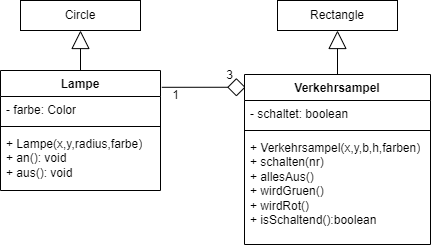
Hi2272/Hi2272.github.io keeps this draw.io diagram as 00Informatik/OIDE_Ampel01/KlassendiagrammVerkehrsampel.png. Above is the earlier version. Source tidied: cells renumbered, new cells last; positions are measured from the earlier drawing's top-left corner, leaving out a move shared by most shapes.
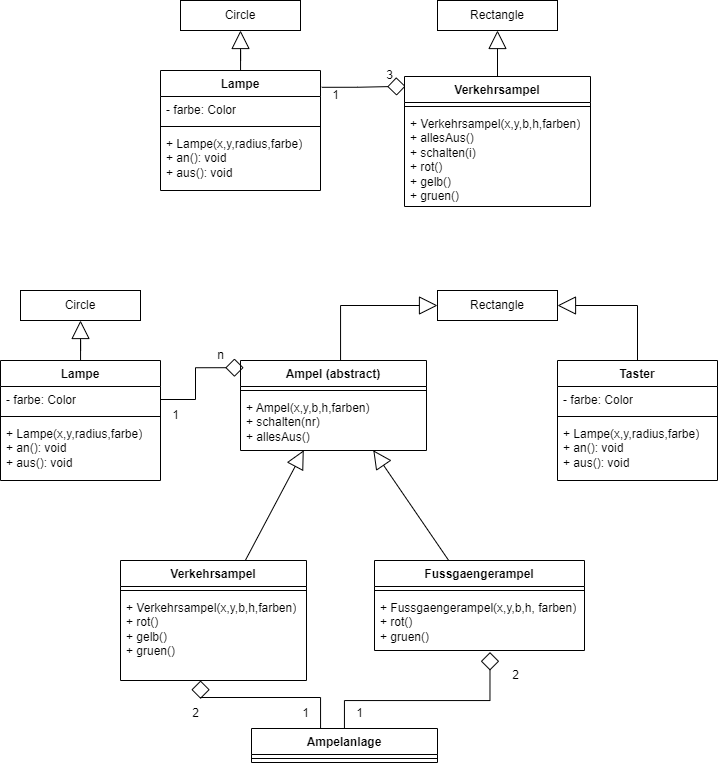
The same diagram one commit later.

Diff of the diagram source:
```diff
@@ -5,39 +5,36 @@
     <mxCell id="2" value="Circle" style="rounded=0;whiteSpace=wrap;html=1;" parent="1" vertex="1">
       <mxGeometry x="20" width="120" height="30" as="geometry" />
     </mxCell>
-    <mxCell id="3" style="rounded=0;jettySize=auto;html=1;endArrow=diamond;endFill=0;endSize=16;entryX=0.006;entryY=0.075;entryDx=0;entryDy=0;entryPerimeter=0;edgeStyle=orthogonalEdgeStyle;exitX=1.008;exitY=0.14;exitDx=0;exitDy=0;exitPerimeter=0;" parent="1" edge="1" source="4" target="10">
-      <mxGeometry relative="1" as="geometry" />
-    </mxCell>
+    <mxCell id="17" style="rounded=0;jettySize=auto;html=1;endArrow=diamond;endFill=0;endSize=16;entryX=0.006;entryY=0.075;entryDx=0;entryDy=0;entryPerimeter=0;edgeStyle=orthogonalEdgeStyle;exitX=1.008;exitY=0.14;exitDx=0;exitDy=0;exitPerimeter=0;" parent="1" edge="1" source="4" target="22">
+      <mxGeometry relative="1" as="geometry" />
+    </mxCell>
     <mxCell id="4" value="Lampe" style="swimlane;fontStyle=1;align=center;verticalAlign=top;horizontal=1;startSize=26;whiteSpace=wrap;html=1;" parent="1" vertex="1">
       <mxGeometry y="70" width="160" height="120" as="geometry" />
     </mxCell>
-    <mxCell id="5" value="- farbe: Color" style="text;strokeColor=none;fillColor=none;align=left;verticalAlign=top;spacingLeft=4;spacingRight=4;overflow=hidden;whiteSpace=wrap;html=1;" parent="4" vertex="1">
-      <mxGeometry y="26" width="160" height="26" as="geometry" />
-    </mxCell>
-    <mxCell id="6" style="line;strokeWidth=1;fillColor=none;align=left;verticalAlign=middle;spacingTop=-1;spacingLeft=3;spacingRight=3;labelPosition=right;strokeColor=inherit;" parent="4" vertex="1">
-      <mxGeometry y="52" width="160" height="8" as="geometry" />
-    </mxCell>
-    <mxCell id="7" value="&lt;div&gt;+ Lampe(x,y,radius,farbe)&lt;/div&gt;+ an(): void&lt;div&gt;+ aus(): void&lt;/div&gt;" style="text;strokeColor=none;fillColor=none;align=left;verticalAlign=top;spacingLeft=4;spacingRight=4;overflow=hidden;whiteSpace=wrap;html=1;" parent="4" vertex="1">
-      <mxGeometry y="60" width="160" height="60" as="geometry" />
-    </mxCell>
+    <mxCell id="18" value="- farbe: Color" style="text;strokeColor=none;fillColor=none;align=left;verticalAlign=top;spacingLeft=4;spacingRight=4;overflow=hidden;whiteSpace=wrap;html=1;" parent="4" vertex="1">
+      <mxGeometry y="26" width="160" height="26" as="geometry" />
+    </mxCell>
+    <mxCell id="19" style="line;strokeWidth=1;fillColor=none;align=left;verticalAlign=middle;spacingTop=-1;spacingLeft=3;spacingRight=3;labelPosition=right;strokeColor=inherit;" parent="4" vertex="1">
+      <mxGeometry y="52" width="160" height="8" as="geometry" />
+    </mxCell>
+    <mxCell id="20" value="&lt;div&gt;+ Lampe(x,y,radius,farbe)&lt;/div&gt;+ an(): void&lt;div&gt;+ aus(): void&lt;/div&gt;" style="text;strokeColor=none;fillColor=none;align=left;verticalAlign=top;spacingLeft=4;spacingRight=4;overflow=hidden;whiteSpace=wrap;html=1;" parent="4" vertex="1">
+      <mxGeometry y="60" width="160" height="60" as="geometry" />
+    </mxCell>
     <mxCell id="8" style="edgeStyle=orthogonalEdgeStyle;rounded=0;jettySize=auto;html=1;entryX=0.5;entryY=1;entryDx=0;entryDy=0;endArrow=block;endFill=0;startSize=16;endSize=16;" parent="1" edge="1" source="4" target="2">
       <mxGeometry relative="1" as="geometry" />
     </mxCell>
-    <mxCell id="9" style="edgeStyle=orthogonalEdgeStyle;rounded=0;jettySize=auto;html=1;entryX=0.5;entryY=1;entryDx=0;entryDy=0;endArrow=block;endFill=0;endSize=16;" parent="1" edge="1" source="10" target="16">
-      <mxGeometry relative="1" as="geometry" />
-    </mxCell>
-    <mxCell id="10" value="Verkehrsampel" style="swimlane;fontStyle=1;align=center;verticalAlign=top;horizontal=1;startSize=26;whiteSpace=wrap;html=1;" parent="1" vertex="1">
-      <mxGeometry x="244" y="74" width="186" height="170" as="geometry" />
-    </mxCell>
-    <mxCell id="11" value="- schaltet: boolean" style="text;strokeColor=none;fillColor=none;align=left;verticalAlign=top;spacingLeft=4;spacingRight=4;overflow=hidden;whiteSpace=wrap;html=1;" parent="10" vertex="1">
-      <mxGeometry y="26" width="186" height="26" as="geometry" />
-    </mxCell>
-    <mxCell id="12" style="line;strokeWidth=1;fillColor=none;align=left;verticalAlign=middle;spacingTop=-1;spacingLeft=3;spacingRight=3;labelPosition=right;strokeColor=inherit;" parent="10" vertex="1">
-      <mxGeometry y="52" width="186" height="8" as="geometry" />
-    </mxCell>
-    <mxCell id="13" value="&lt;div&gt;+ Verkehrsampel(x,y,b,h,farben)&lt;/div&gt;+ schalten(nr)&lt;div&gt;+ allesAus()&lt;/div&gt;&lt;div&gt;+ wirdGruen()&lt;/div&gt;&lt;div&gt;+ wirdRot()&lt;/div&gt;&lt;div&gt;+ isSchaltend():boolean&lt;/div&gt;" style="text;strokeColor=none;fillColor=none;align=left;verticalAlign=top;spacingLeft=4;spacingRight=4;overflow=hidden;whiteSpace=wrap;html=1;" parent="10" vertex="1">
-      <mxGeometry y="60" width="186" height="110" as="geometry" />
-    </mxCell>
+    <mxCell id="21" style="edgeStyle=orthogonalEdgeStyle;rounded=0;jettySize=auto;html=1;entryX=0.5;entryY=1;entryDx=0;entryDy=0;endArrow=block;endFill=0;endSize=16;" parent="1" edge="1" source="22" target="16">
+      <mxGeometry relative="1" as="geometry" />
+    </mxCell>
+    <mxCell id="22" value="Verkehrsampel" style="swimlane;fontStyle=1;align=center;verticalAlign=top;horizontal=1;startSize=26;whiteSpace=wrap;html=1;" parent="1" vertex="1">
+      <mxGeometry x="244" y="76" width="186" height="130" as="geometry" />
+    </mxCell>
+    <mxCell id="23" style="line;strokeWidth=1;fillColor=none;align=left;verticalAlign=middle;spacingTop=-1;spacingLeft=3;spacingRight=3;labelPosition=right;strokeColor=inherit;" parent="22" vertex="1">
+      <mxGeometry y="26" width="186" height="8" as="geometry" />
+    </mxCell>
+    <mxCell id="24" value="&lt;div&gt;+ Verkehrsampel(x,y,b,h,farben)&lt;/div&gt;&lt;div&gt;+ allesAus()&lt;/div&gt;&lt;div&gt;+ schalten(i)&lt;/div&gt;&lt;div&gt;+ rot()&lt;/div&gt;&lt;div&gt;+ gelb()&lt;/div&gt;&lt;div&gt;+ gruen()&lt;/div&gt;" style="text;strokeColor=none;fillColor=none;align=left;verticalAlign=top;spacingLeft=4;spacingRight=4;overflow=hidden;whiteSpace=wrap;html=1;" parent="22" vertex="1">
+      <mxGeometry y="34" width="186" height="96" as="geometry" />
+    </mxCell>
     <mxCell id="14" value="1" style="text;html=1;align=center;verticalAlign=middle;strokeColor=none;fillColor=none;" parent="1" vertex="1">
       <mxGeometry x="160" y="80" width="30" height="30" as="geometry" />
     </mxCell>
@@ -47,5 +44,124 @@
     <mxCell id="16" value="Rectangle" style="rounded=0;whiteSpace=wrap;html=1;" parent="1" vertex="1">
       <mxGeometry x="277" width="120" height="30" as="geometry" />
     </mxCell>
+    <mxCell id="25" style="rounded=0;jettySize=auto;html=1;strokeColor=default;align=center;verticalAlign=middle;fontFamily=Helvetica;fontSize=11;fontColor=default;labelBackgroundColor=default;endArrow=block;endFill=0;endSize=16;edgeStyle=orthogonalEdgeStyle;" parent="1" edge="1" source="26" target="46">
+      <mxGeometry relative="1" as="geometry">
+        <Array as="points">
+          <mxPoint x="180" y="305" />
+        </Array>
+      </mxGeometry>
+    </mxCell>
+    <mxCell id="26" value="Ampel (abstract)" style="swimlane;fontStyle=1;align=center;verticalAlign=top;horizontal=1;startSize=26;whiteSpace=wrap;html=1;" parent="1" vertex="1">
+      <mxGeometry x="80" y="360" width="186" height="90" as="geometry" />
+    </mxCell>
+    <mxCell id="27" style="line;strokeWidth=1;fillColor=none;align=left;verticalAlign=middle;spacingTop=-1;spacingLeft=3;spacingRight=3;labelPosition=right;strokeColor=inherit;" parent="26" vertex="1">
+      <mxGeometry y="26" width="186" height="8" as="geometry" />
+    </mxCell>
+    <mxCell id="28" value="&lt;div&gt;+ Ampel(x,y,b,h,farben)&lt;/div&gt;+ schalten(nr)&lt;div&gt;+ allesAus()&lt;/div&gt;&lt;div&gt;&lt;br&gt;&lt;/div&gt;" style="text;strokeColor=none;fillColor=none;align=left;verticalAlign=top;spacingLeft=4;spacingRight=4;overflow=hidden;points=[[0,0.5],[1,0.5]];portConstraint=eastwest;whiteSpace=wrap;html=1;" parent="26" vertex="1">
+      <mxGeometry y="34" width="186" height="56" as="geometry" />
+    </mxCell>
+    <mxCell id="29" style="edgeStyle=orthogonalEdgeStyle;rounded=0;jettySize=auto;html=1;entryX=0.5;entryY=1;entryDx=0;entryDy=0;strokeColor=default;align=center;verticalAlign=middle;fontFamily=Helvetica;fontSize=11;fontColor=default;labelBackgroundColor=default;endArrow=block;endFill=0;endSize=16;" parent="1" edge="1" source="30" target="45">
+      <mxGeometry relative="1" as="geometry" />
+    </mxCell>
+    <mxCell id="30" value="Lampe" style="swimlane;fontStyle=1;align=center;verticalAlign=top;horizontal=1;startSize=26;whiteSpace=wrap;html=1;" parent="1" vertex="1">
+      <mxGeometry x="-160" y="360" width="160" height="120" as="geometry" />
+    </mxCell>
+    <mxCell id="31" value="- farbe: Color" style="text;strokeColor=none;fillColor=none;align=left;verticalAlign=top;spacingLeft=4;spacingRight=4;overflow=hidden;points=[[0,0.5],[1,0.5]];portConstraint=eastwest;whiteSpace=wrap;html=1;" parent="30" vertex="1">
+      <mxGeometry y="26" width="160" height="26" as="geometry" />
+    </mxCell>
+    <mxCell id="32" style="line;strokeWidth=1;fillColor=none;align=left;verticalAlign=middle;spacingTop=-1;spacingLeft=3;spacingRight=3;labelPosition=right;strokeColor=inherit;" parent="30" vertex="1">
+      <mxGeometry y="52" width="160" height="8" as="geometry" />
+    </mxCell>
+    <mxCell id="33" value="&lt;div&gt;+ Lampe(x,y,radius,farbe)&lt;/div&gt;+ an(): void&lt;div&gt;+ aus(): void&lt;/div&gt;" style="text;strokeColor=none;fillColor=none;align=left;verticalAlign=top;spacingLeft=4;spacingRight=4;overflow=hidden;whiteSpace=wrap;html=1;" parent="30" vertex="1">
+      <mxGeometry y="60" width="160" height="60" as="geometry" />
+    </mxCell>
+    <mxCell id="34" style="edgeStyle=orthogonalEdgeStyle;rounded=0;jettySize=auto;html=1;entryX=0.017;entryY=0.08;entryDx=0;entryDy=0;entryPerimeter=0;endArrow=diamond;endFill=0;endSize=16;" parent="1" edge="1" source="31" target="26">
+      <mxGeometry relative="1" as="geometry" />
+    </mxCell>
+    <mxCell id="35" value="1" style="text;html=1;align=center;verticalAlign=middle;strokeColor=none;fillColor=none;" parent="1" vertex="1">
+      <mxGeometry y="400" width="30" height="30" as="geometry" />
+    </mxCell>
+    <mxCell id="36" value="n" style="text;html=1;align=center;verticalAlign=middle;strokeColor=none;fillColor=none;" parent="1" vertex="1">
+      <mxGeometry x="45" y="340" width="30" height="30" as="geometry" />
+    </mxCell>
+    <mxCell id="37" value="Verkehrsampel" style="swimlane;fontStyle=1;align=center;verticalAlign=top;horizontal=1;startSize=26;whiteSpace=wrap;html=1;" parent="1" vertex="1">
+      <mxGeometry x="-40" y="560" width="186" height="120" as="geometry" />
+    </mxCell>
+    <mxCell id="38" style="line;strokeWidth=1;fillColor=none;align=left;verticalAlign=middle;spacingTop=-1;spacingLeft=3;spacingRight=3;labelPosition=right;strokeColor=inherit;" parent="37" vertex="1">
+      <mxGeometry y="26" width="186" height="8" as="geometry" />
+    </mxCell>
+    <mxCell id="39" value="&lt;div&gt;+ Verkehrsampel(x,y,b,h,farben)&lt;/div&gt;&lt;div&gt;+ rot()&lt;/div&gt;&lt;div&gt;+ gelb()&lt;/div&gt;&lt;div&gt;+ gruen()&lt;/div&gt;" style="text;strokeColor=none;fillColor=none;align=left;verticalAlign=top;spacingLeft=4;spacingRight=4;overflow=hidden;points=[[0,0.5],[1,0.5]];portConstraint=eastwest;whiteSpace=wrap;html=1;" parent="37" vertex="1">
+      <mxGeometry y="34" width="186" height="86" as="geometry" />
+    </mxCell>
+    <mxCell id="40" style="rounded=0;jettySize=auto;html=1;entryX=0.34;entryY=0.996;entryDx=0;entryDy=0;entryPerimeter=0;endArrow=block;endFill=0;endSize=16;" parent="1" edge="1" source="37" target="28">
+      <mxGeometry relative="1" as="geometry" />
+    </mxCell>
+    <mxCell id="41" value="Fussgaengerampel" style="swimlane;fontStyle=1;align=center;verticalAlign=top;horizontal=1;startSize=26;whiteSpace=wrap;html=1;" parent="1" vertex="1">
+      <mxGeometry x="214" y="560" width="210" height="90" as="geometry" />
+    </mxCell>
+    <mxCell id="42" style="line;strokeWidth=1;fillColor=none;align=left;verticalAlign=middle;spacingTop=-1;spacingLeft=3;spacingRight=3;labelPosition=right;strokeColor=inherit;" parent="41" vertex="1">
+      <mxGeometry y="26" width="210" height="8" as="geometry" />
+    </mxCell>
+    <mxCell id="43" value="&lt;div&gt;+ Fussgaengerampel(x,y,b,h, farben)&lt;/div&gt;&lt;div&gt;+ rot()&lt;/div&gt;&lt;div&gt;+ gruen()&lt;/div&gt;" style="text;strokeColor=none;fillColor=none;align=left;verticalAlign=top;spacingLeft=4;spacingRight=4;overflow=hidden;points=[[0,0.5],[1,0.5]];portConstraint=eastwest;whiteSpace=wrap;html=1;" parent="41" vertex="1">
+      <mxGeometry y="34" width="210" height="56" as="geometry" />
+    </mxCell>
+    <mxCell id="44" style="rounded=0;jettySize=auto;html=1;entryX=0.714;entryY=0.996;entryDx=0;entryDy=0;entryPerimeter=0;endArrow=block;endFill=0;endSize=16;" parent="1" edge="1" source="41" target="28">
+      <mxGeometry relative="1" as="geometry" />
+    </mxCell>
+    <mxCell id="45" value="Circle" style="rounded=0;whiteSpace=wrap;html=1;" parent="1" vertex="1">
+      <mxGeometry x="-140" y="290" width="120" height="30" as="geometry" />
+    </mxCell>
+    <mxCell id="46" value="Rectangle" style="rounded=0;whiteSpace=wrap;html=1;" parent="1" vertex="1">
+      <mxGeometry x="277" y="290" width="120" height="30" as="geometry" />
+    </mxCell>
+    <mxCell id="47" value="Ampelanlage" style="swimlane;fontStyle=1;align=center;verticalAlign=top;horizontal=1;startSize=26;whiteSpace=wrap;html=1;" parent="1" vertex="1">
+      <mxGeometry x="91" y="728" width="186" height="34" as="geometry" />
+    </mxCell>
+    <mxCell id="48" style="line;strokeWidth=1;fillColor=none;align=left;verticalAlign=middle;spacingTop=-1;spacingLeft=3;spacingRight=3;labelPosition=right;strokeColor=inherit;" parent="47" vertex="1">
+      <mxGeometry y="26" width="186" height="8" as="geometry" />
+    </mxCell>
+    <mxCell id="49" style="edgeStyle=orthogonalEdgeStyle;rounded=0;jettySize=auto;html=1;endArrow=diamond;endFill=0;endSize=16;" parent="1" edge="1" source="47" target="39">
+      <mxGeometry relative="1" as="geometry">
+        <Array as="points">
+          <mxPoint x="160" y="697" />
+          <mxPoint x="40" y="697" />
+        </Array>
+      </mxGeometry>
+    </mxCell>
+    <mxCell id="50" style="edgeStyle=orthogonalEdgeStyle;rounded=0;jettySize=auto;html=1;entryX=0.55;entryY=1.028;entryDx=0;entryDy=0;entryPerimeter=0;endArrow=diamond;endFill=0;endSize=16;" parent="1" edge="1" source="47" target="43">
+      <mxGeometry relative="1" as="geometry">
+        <Array as="points">
+          <mxPoint x="184" y="700" />
+          <mxPoint x="329" y="700" />
+        </Array>
+      </mxGeometry>
+    </mxCell>
+    <mxCell id="51" value="2" style="text;html=1;align=center;verticalAlign=middle;strokeColor=none;fillColor=none;" parent="1" vertex="1">
+      <mxGeometry x="340" y="660" width="30" height="30" as="geometry" />
+    </mxCell>
+    <mxCell id="52" value="1" style="text;html=1;align=center;verticalAlign=middle;strokeColor=none;fillColor=none;" parent="1" vertex="1">
+      <mxGeometry x="184" y="698" width="30" height="30" as="geometry" />
+    </mxCell>
+    <mxCell id="53" value="1" style="text;html=1;align=center;verticalAlign=middle;strokeColor=none;fillColor=none;" parent="1" vertex="1">
+      <mxGeometry x="130" y="698" width="30" height="30" as="geometry" />
+    </mxCell>
+    <mxCell id="54" style="edgeStyle=orthogonalEdgeStyle;rounded=0;jettySize=auto;html=1;entryX=1;entryY=0.5;entryDx=0;entryDy=0;endArrow=block;endFill=0;endSize=16;" parent="1" edge="1" source="55" target="46">
+      <mxGeometry relative="1" as="geometry" />
+    </mxCell>
+    <mxCell id="55" value="Taster" style="swimlane;fontStyle=1;align=center;verticalAlign=top;horizontal=1;startSize=26;whiteSpace=wrap;html=1;" parent="1" vertex="1">
+      <mxGeometry x="397" y="360" width="160" height="120" as="geometry" />
+    </mxCell>
+    <mxCell id="56" value="- farbe: Color" style="text;strokeColor=none;fillColor=none;align=left;verticalAlign=top;spacingLeft=4;spacingRight=4;overflow=hidden;whiteSpace=wrap;html=1;" parent="55" vertex="1">
+      <mxGeometry y="26" width="160" height="26" as="geometry" />
+    </mxCell>
+    <mxCell id="57" style="line;strokeWidth=1;fillColor=none;align=left;verticalAlign=middle;spacingTop=-1;spacingLeft=3;spacingRight=3;labelPosition=right;strokeColor=inherit;" parent="55" vertex="1">
+      <mxGeometry y="52" width="160" height="8" as="geometry" />
+    </mxCell>
+    <mxCell id="58" value="&lt;div&gt;+ Lampe(x,y,radius,farbe)&lt;/div&gt;+ an(): void&lt;div&gt;+ aus(): void&lt;/div&gt;" style="text;strokeColor=none;fillColor=none;align=left;verticalAlign=top;spacingLeft=4;spacingRight=4;overflow=hidden;whiteSpace=wrap;html=1;" parent="55" vertex="1">
+      <mxGeometry y="60" width="160" height="60" as="geometry" />
+    </mxCell>
+    <mxCell id="59" value="2" style="text;html=1;align=center;verticalAlign=middle;strokeColor=none;fillColor=none;" parent="1" vertex="1">
+      <mxGeometry x="20" y="698" width="30" height="30" as="geometry" />
+    </mxCell>
   </root>
 </mxGraphModel>
```
